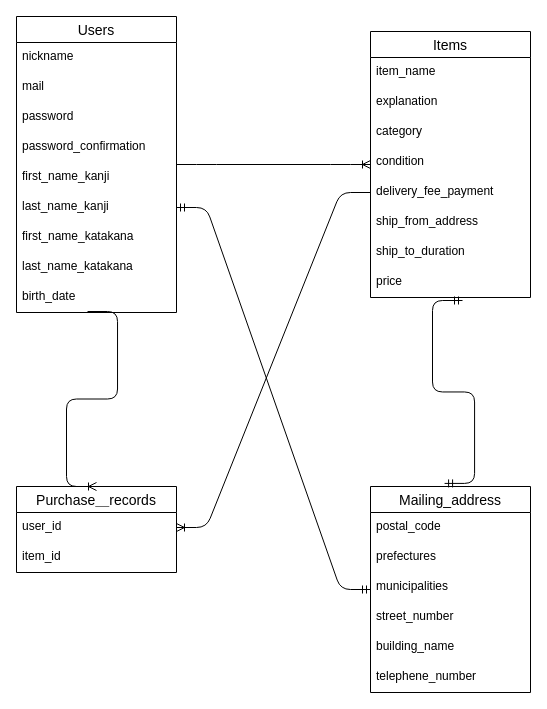
Above: er_illustration.dio in Lubellum/furima-36670 (draw.io), before the change. Source tidied: cells renumbered, new cells numbered last; positions are measured from the earlier drawing's top-left corner, leaving out a move shared by most shapes. Both pictures are drawn from the tidied source at 100%, with x=0, y=0 at pixel (16, 16).
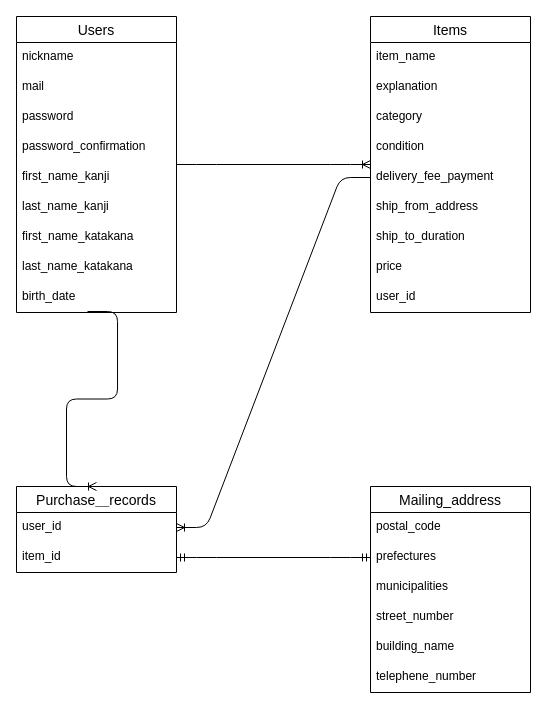
The same page after the edit.

The change refers to these unchanged cells:
```xml
<mxCell id="8" value="last_name_kanji" style="text;strokeColor=none;fillColor=none;spacingLeft=4;spacingRight=4;overflow=hidden;points=[[0,0.5],[1,0.5]];portConstraint=eastwest;fontSize=12;verticalAlign=top;align=left;fontStyle=0;" parent="2" vertex="1">
  <mxGeometry y="176" width="160" height="30" as="geometry" />
</mxCell>
<mxCell id="20" value="price" style="text;strokeColor=none;fillColor=none;spacingLeft=4;spacingRight=4;overflow=hidden;points=[[0,0.5],[1,0.5]];portConstraint=eastwest;fontSize=12;" parent="12" vertex="1">
  <mxGeometry y="236" width="160" height="30" as="geometry" />
</mxCell>
<mxCell id="22" value="Mailing_address" style="swimlane;fontStyle=0;horizontal=1;startSize=26;align=center;fontSize=14;" parent="1" vertex="1">
  <mxGeometry x="354" y="470" width="160" height="206" as="geometry" />
</mxCell>
<mxCell id="24" value="prefectures" style="text;strokeColor=none;fillColor=none;spacingLeft=4;spacingRight=4;overflow=hidden;points=[[0,0.5],[1,0.5]];portConstraint=eastwest;fontSize=12;" parent="22" vertex="1">
  <mxGeometry y="56" width="160" height="30" as="geometry" />
</mxCell>
<mxCell id="31" value="item_id" style="text;strokeColor=none;fillColor=none;spacingLeft=4;spacingRight=4;overflow=hidden;points=[[0,0.5],[1,0.5]];portConstraint=eastwest;fontSize=12;" parent="29" vertex="1">
  <mxGeometry y="56" width="160" height="30" as="geometry" />
</mxCell>
```

The edit, as a diff of the source:
```diff
@@
     <mxCell id="12" value="Items" style="swimlane;fontStyle=0;horizontal=1;startSize=26;align=center;fontSize=14;" parent="1" vertex="1">
-      <mxGeometry x="354" y="15" width="160" height="266" as="geometry" />
+      <mxGeometry x="354" width="160" height="296" as="geometry" />
     </mxCell>
@@
+    <mxCell id="36" value="user_id" style="text;strokeColor=none;fillColor=none;spacingLeft=4;spacingRight=4;overflow=hidden;fontSize=12;" parent="12" vertex="1">
+      <mxGeometry y="266" width="160" height="30" as="geometry" />
+    </mxCell>
@@
-    <mxCell id="34" style="edgeStyle=entityRelationEdgeStyle;fontSize=12;html=1;endArrow=ERmandOne;startArrow=ERmandOne;entryX=0.575;entryY=1.1;entryDx=0;entryDy=0;entryPerimeter=0;exitX=0.463;exitY=-0.015;exitDx=0;exitDy=0;exitPerimeter=0;" parent="1" edge="1" source="22" target="20">
-      <mxGeometry relative="1" as="geometry" />
-    </mxCell>
-    <mxCell id="35" style="edgeStyle=entityRelationEdgeStyle;fontSize=12;html=1;endArrow=ERmandOne;startArrow=ERmandOne;exitX=1;exitY=0.5;exitDx=0;exitDy=0;" parent="1" edge="1" source="8" target="22">
+    <mxCell id="35" style="edgeStyle=entityRelationEdgeStyle;fontSize=12;html=1;endArrow=ERmandOne;startArrow=ERmandOne;exitX=1;exitY=0.5;exitDx=0;exitDy=0;entryX=0;entryY=0.5;entryDx=0;entryDy=0;" parent="1" edge="1" source="31" target="24">
       <mxGeometry relative="1" as="geometry" />
     </mxCell>
```
